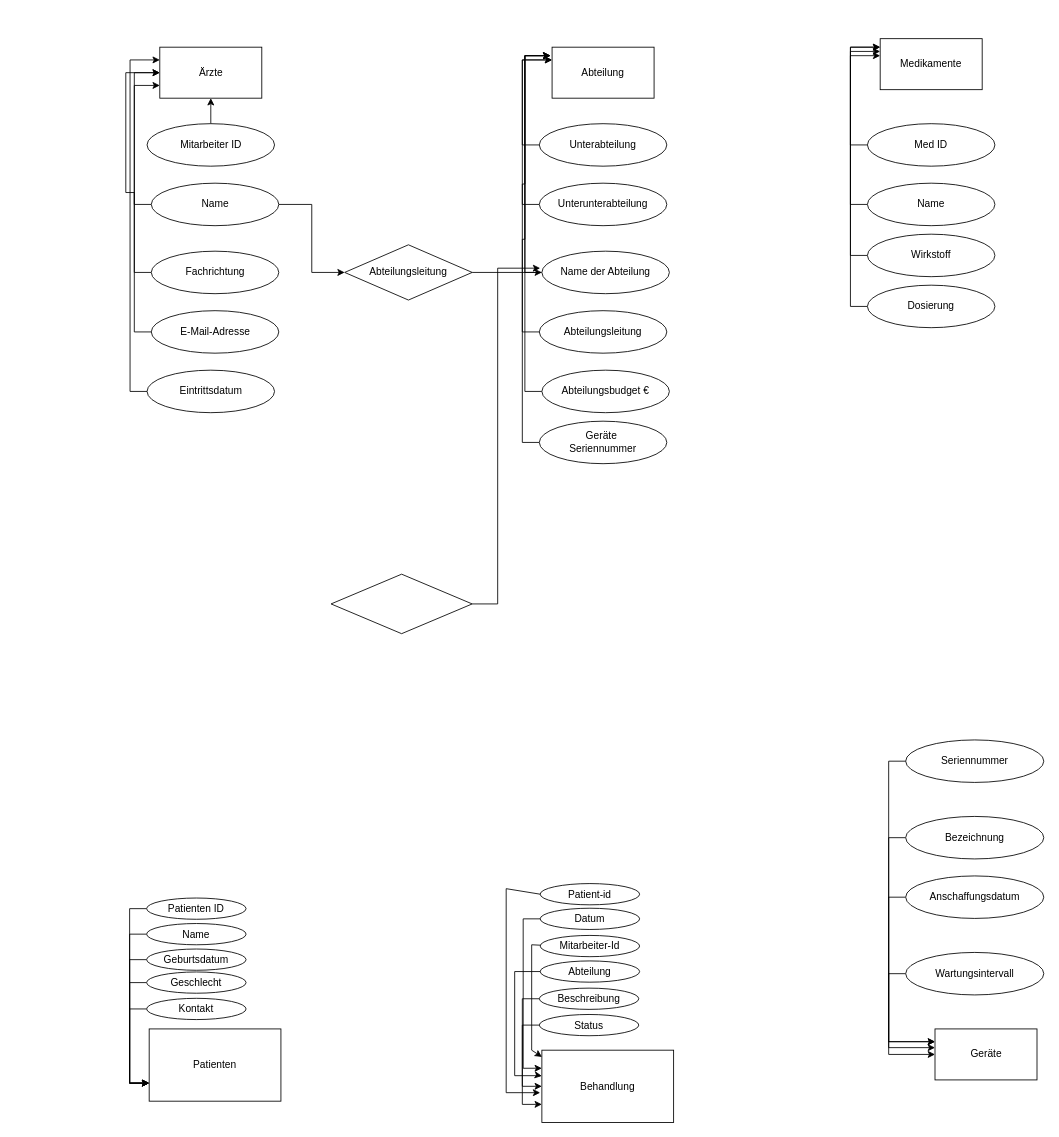
Above: aufgabe04/Aufgabe A.drawio in contraintuitiv/datenbanksysteme (draw.io), before the change. Source tidied: cells renumbered, new cells numbered last; positions are measured from the earlier drawing's top-left corner, leaving out a move shared by most shapes. Both pictures are drawn from the tidied source at 85%, with x=0, y=0 at pixel (125, 38).
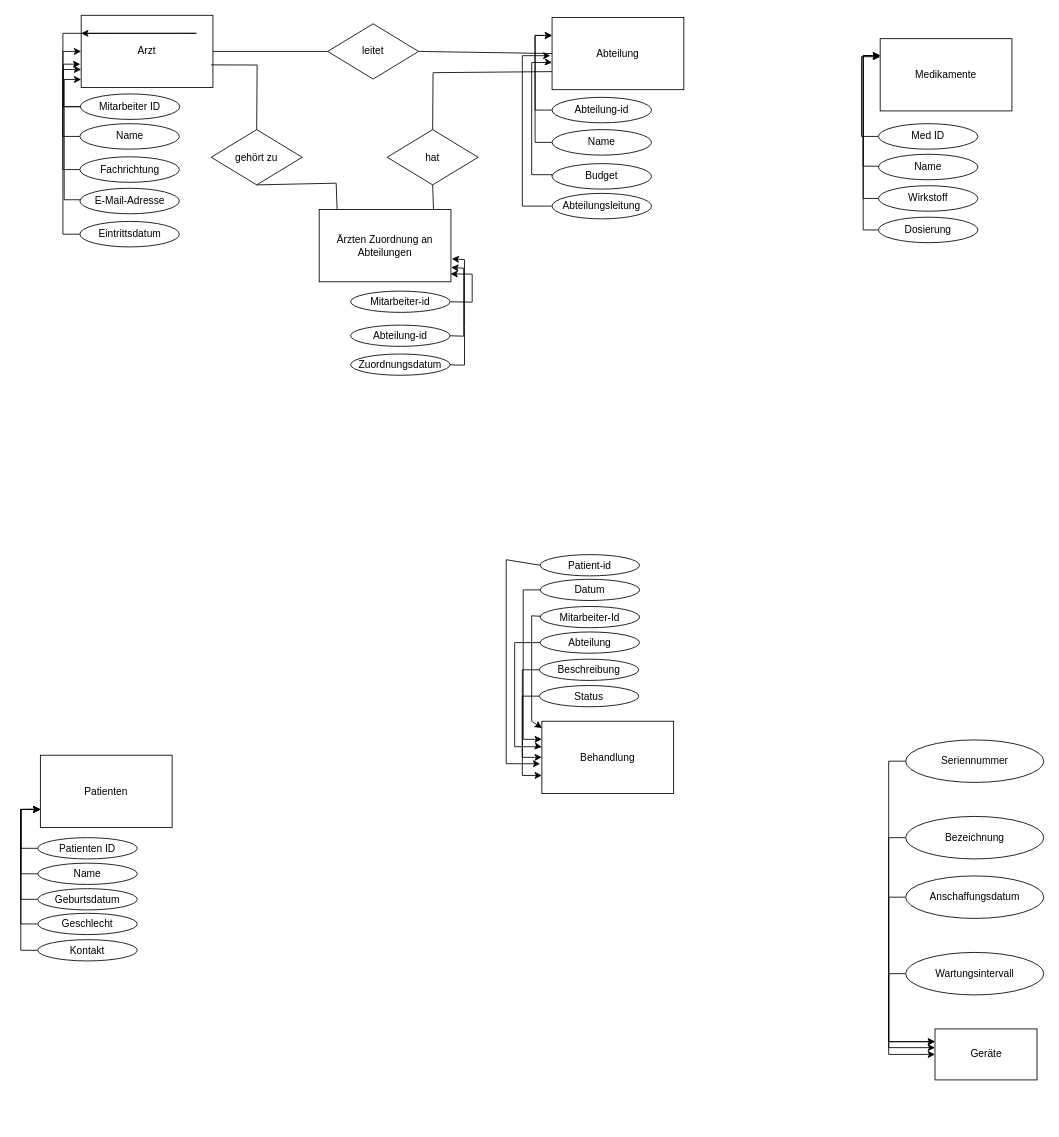
The same page after the edit.

Change to the diagram source:
```diff
@@
-    <mxCell id="2" value="Ärzte" style="rounded=0;whiteSpace=wrap;html=1;" parent="1" vertex="1">
-      <mxGeometry x="40.5" y="10" width="120" height="60" as="geometry" />
+    <mxCell id="2" value="Arzt" style="rounded=0;whiteSpace=wrap;html=1;" parent="1" vertex="1">
+      <mxGeometry x="-52" y="-27.5" width="155" height="85" as="geometry" />
     </mxCell>
@@
     <mxCell id="4" value="Fachrichtung" style="ellipse;whiteSpace=wrap;html=1;" parent="1" vertex="1">
-      <mxGeometry x="30.5" y="250" width="150" height="50" as="geometry" />
+      <mxGeometry x="-53.5" y="139" width="117" height="30" as="geometry" />
     </mxCell>
@@
-    <mxCell id="6" style="edgeStyle=orthogonalEdgeStyle;rounded=0;jettySize=auto;html=1;exitX=1;exitY=0.5;exitDx=0;exitDy=0;entryX=0;entryY=0.5;entryDx=0;entryDy=0;" parent="1" edge="1" source="7" target="64">
-      <mxGeometry relative="1" as="geometry" />
-    </mxCell>
     <mxCell id="7" value="Name" style="ellipse;whiteSpace=wrap;html=1;" parent="1" vertex="1">
-      <mxGeometry x="30.5" y="170" width="150" height="50" as="geometry" />
+      <mxGeometry x="-53.5" y="100" width="117" height="30" as="geometry" />
     </mxCell>
-    <mxCell id="8" style="edgeStyle=orthogonalEdgeStyle;rounded=0;jettySize=auto;html=1;exitX=0.5;exitY=0;exitDx=0;exitDy=0;entryX=0.5;entryY=1;entryDx=0;entryDy=0;" parent="1" edge="1" source="9" target="2">
-      <mxGeometry relative="1" as="geometry" />
-    </mxCell>
     <mxCell id="9" value="Mitarbeiter ID" style="ellipse;whiteSpace=wrap;html=1;" parent="1" vertex="1">
-      <mxGeometry x="25.5" y="100" width="150" height="50" as="geometry" />
+      <mxGeometry x="-53" y="65" width="117" height="30" as="geometry" />
     </mxCell>
-    <mxCell id="10" style="edgeStyle=orthogonalEdgeStyle;rounded=0;jettySize=auto;html=1;exitX=0;exitY=0.5;exitDx=0;exitDy=0;" parent="1" edge="1" source="11">
+    <mxCell id="10" style="edgeStyle=orthogonalEdgeStyle;rounded=0;orthogonalLoop=1;jettySize=auto;html=1;" parent="1" edge="1">
       <mxGeometry relative="1" as="geometry">
-        <mxPoint x="40.5" y="40" as="targetPoint" />
+        <mxPoint x="-33.4" y="189.5" as="sourcePoint" />
+        <mxPoint x="-52" y="48" as="targetPoint" />
         <Array as="points">
-          <mxPoint x="10.5" y="345" />
-          <mxPoint x="10.5" y="181" />
-          <mxPoint x="0.5" y="181" />
-          <mxPoint x="0.5" y="40" />
+          <mxPoint x="-72" y="189.5" />
+          <mxPoint x="-72" y="47.5" />
         </Array>
       </mxGeometry>
     </mxCell>
     <mxCell id="11" value="E-Mail-Adresse" style="ellipse;whiteSpace=wrap;html=1;" parent="1" vertex="1">
-      <mxGeometry x="30.5" y="320" width="150" height="50" as="geometry" />
+      <mxGeometry x="-53.5" y="176" width="117" height="30" as="geometry" />
     </mxCell>
@@
     <mxCell id="13" value="Eintrittsdatum" style="ellipse;whiteSpace=wrap;html=1;" parent="1" vertex="1">
-      <mxGeometry x="25.5" y="390" width="150" height="50" as="geometry" />
+      <mxGeometry x="-53.5" y="215" width="117" height="30" as="geometry" />
     </mxCell>
     <mxCell id="14" value="Patienten" style="rounded=0;whiteSpace=wrap;html=1;" parent="1" vertex="1">
-      <mxGeometry x="28" y="1165" width="155" height="85" as="geometry" />
+      <mxGeometry x="-100" y="843" width="155" height="85" as="geometry" />
     </mxCell>
@@
     <mxCell id="16" value="Patienten ID" style="ellipse;whiteSpace=wrap;html=1;" parent="1" vertex="1">
-      <mxGeometry x="25" y="1011" width="117" height="25" as="geometry" />
+      <mxGeometry x="-103" y="940" width="117" height="25" as="geometry" />
     </mxCell>
@@
     <mxCell id="18" value="Name" style="ellipse;whiteSpace=wrap;html=1;" parent="1" vertex="1">
-      <mxGeometry x="25" y="1041" width="117" height="25" as="geometry" />
+      <mxGeometry x="-103" y="970" width="117" height="25" as="geometry" />
     </mxCell>
@@
     <mxCell id="20" value="Geburtsdatum" style="ellipse;whiteSpace=wrap;html=1;" parent="1" vertex="1">
-      <mxGeometry x="25" y="1071" width="117" height="25" as="geometry" />
+      <mxGeometry x="-103" y="1000" width="117" height="25" as="geometry" />
     </mxCell>
@@
     <mxCell id="22" value="Geschlecht" style="ellipse;whiteSpace=wrap;html=1;" parent="1" vertex="1">
-      <mxGeometry x="25" y="1098" width="117" height="25" as="geometry" />
+      <mxGeometry x="-103" y="1029" width="117" height="25" as="geometry" />
     </mxCell>
@@
     <mxCell id="24" value="Kontakt" style="ellipse;whiteSpace=wrap;html=1;" parent="1" vertex="1">
-      <mxGeometry x="25" y="1129" width="117" height="25" as="geometry" />
+      <mxGeometry x="-103" y="1060" width="117" height="25" as="geometry" />
     </mxCell>
     <mxCell id="25" value="Behandlung" style="rounded=0;whiteSpace=wrap;html=1;" parent="1" vertex="1">
-      <mxGeometry x="490" y="1190" width="155" height="85" as="geometry" />
+      <mxGeometry x="490" y="803" width="155" height="85" as="geometry" />
     </mxCell>
@@
     <mxCell id="27" value="Datum" style="ellipse;whiteSpace=wrap;html=1;" parent="1" vertex="1">
-      <mxGeometry x="488" y="1023" width="117" height="25" as="geometry" />
+      <mxGeometry x="488" y="636" width="117" height="25" as="geometry" />
     </mxCell>
@@
     <mxCell id="29" value="Beschreibung" style="ellipse;whiteSpace=wrap;html=1;" parent="1" vertex="1">
-      <mxGeometry x="487" y="1117" width="117" height="25" as="geometry" />
+      <mxGeometry x="487" y="730" width="117" height="25" as="geometry" />
     </mxCell>
@@
     <mxCell id="31" value="Status" style="ellipse;whiteSpace=wrap;html=1;" parent="1" vertex="1">
-      <mxGeometry x="487" y="1148" width="117" height="25" as="geometry" />
+      <mxGeometry x="487" y="761" width="117" height="25" as="geometry" />
     </mxCell>
     <mxCell id="32" value="Abteilung" style="rounded=0;whiteSpace=wrap;html=1;" parent="1" vertex="1">
-      <mxGeometry x="502" y="10" width="120" height="60" as="geometry" />
+      <mxGeometry x="502" y="-25" width="155" height="85" as="geometry" />
     </mxCell>
@@
-    <mxCell id="34" value="Unterabteilung" style="ellipse;whiteSpace=wrap;html=1;" parent="1" vertex="1">
-      <mxGeometry x="487" y="100" width="150" height="50" as="geometry" />
+    <mxCell id="34" value="Abteilung-id" style="ellipse;whiteSpace=wrap;html=1;" parent="1" vertex="1">
+      <mxGeometry x="502" y="69" width="117" height="30" as="geometry" />
     </mxCell>
@@
-    <mxCell id="36" value="Unterunterabteilung" style="ellipse;whiteSpace=wrap;html=1;" parent="1" vertex="1">
-      <mxGeometry x="487" y="170" width="150" height="50" as="geometry" />
+    <mxCell id="36" value="Name" style="ellipse;whiteSpace=wrap;html=1;" parent="1" vertex="1">
+      <mxGeometry x="502" y="107" width="117" height="30" as="geometry" />
     </mxCell>
-    <mxCell id="37" style="edgeStyle=orthogonalEdgeStyle;rounded=0;jettySize=auto;html=1;exitX=0;exitY=0.5;exitDx=0;exitDy=0;" parent="1" edge="1" source="38">
-      <mxGeometry relative="1" as="geometry">
-        <mxPoint x="500" y="20" as="targetPoint" />
-        <Array as="points">
-          <mxPoint x="470" y="275" />
-          <mxPoint x="470" y="20" />
-        </Array>
-      </mxGeometry>
-    </mxCell>
-    <mxCell id="38" value="Name der Abteilung" style="ellipse;whiteSpace=wrap;html=1;" parent="1" vertex="1">
-      <mxGeometry x="490" y="250" width="150" height="50" as="geometry" />
-    </mxCell>
     <mxCell id="39" style="edgeStyle=orthogonalEdgeStyle;rounded=0;jettySize=auto;html=1;exitX=0;exitY=0.5;exitDx=0;exitDy=0;" parent="1" edge="1" source="40">
       <mxGeometry relative="1" as="geometry">
         <mxPoint x="500" y="20" as="targetPoint" />
         <Array as="points">
-          <mxPoint x="467" y="345" />
-          <mxPoint x="467" y="171" />
-          <mxPoint x="470" y="171" />
-          <mxPoint x="470" y="20" />
+          <mxPoint x="467" y="197" />
+          <mxPoint x="467" y="20" />
         </Array>
       </mxGeometry>
     </mxCell>
     <mxCell id="40" value="Abteilungsleitung" style="ellipse;whiteSpace=wrap;html=1;" parent="1" vertex="1">
-      <mxGeometry x="487" y="320" width="150" height="50" as="geometry" />
+      <mxGeometry x="502" y="182" width="117" height="30" as="geometry" />
     </mxCell>
-    <mxCell id="41" style="edgeStyle=orthogonalEdgeStyle;rounded=0;jettySize=auto;html=1;exitX=0;exitY=0.5;exitDx=0;exitDy=0;" parent="1" edge="1" source="42">
+    <mxCell id="41" style="edgeStyle=orthogonalEdgeStyle;rounded=0;jettySize=auto;html=1;exitX=0;exitY=0.5;exitDx=0;exitDy=0;entryX=0;entryY=0.626;entryDx=0;entryDy=0;entryPerimeter=0;" parent="1" edge="1" source="42" target="32">
       <mxGeometry relative="1" as="geometry">
-        <mxPoint x="500" y="20" as="targetPoint" />
         <Array as="points">
-          <mxPoint x="470" y="415" />
-          <mxPoint x="470" y="20" />
+          <mxPoint x="502" y="160" />
+          <mxPoint x="478" y="160" />
+          <mxPoint x="478" y="28" />
+          <mxPoint x="500" y="28" />
         </Array>
       </mxGeometry>
     </mxCell>
-    <mxCell id="42" value="Abteilungsbudget €" style="ellipse;whiteSpace=wrap;html=1;" parent="1" vertex="1">
-      <mxGeometry x="490" y="390" width="150" height="50" as="geometry" />
+    <mxCell id="42" value="Budget" style="ellipse;whiteSpace=wrap;html=1;" parent="1" vertex="1">
+      <mxGeometry x="502" y="147" width="117" height="30" as="geometry" />
     </mxCell>
@@
     <mxCell id="44" value="Medikamente" style="rounded=0;whiteSpace=wrap;html=1;" parent="1" vertex="1">
-      <mxGeometry x="888" width="120" height="60" as="geometry" />
+      <mxGeometry x="888" width="155" height="85" as="geometry" />
     </mxCell>
@@
-    <mxCell id="53" style="edgeStyle=orthogonalEdgeStyle;rounded=0;jettySize=auto;html=1;exitX=0;exitY=0.5;exitDx=0;exitDy=0;" parent="1" edge="1" source="54">
-      <mxGeometry relative="1" as="geometry">
-        <mxPoint x="500" y="20" as="targetPoint" />
-        <Array as="points">
-          <mxPoint x="467" y="475" />
-          <mxPoint x="467" y="236" />
-          <mxPoint x="470" y="236" />
-          <mxPoint x="470" y="20" />
-        </Array>
-      </mxGeometry>
-    </mxCell>
-    <mxCell id="54" value="Geräte&amp;nbsp;&lt;br&gt;Seriennummer" style="ellipse;whiteSpace=wrap;html=1;" parent="1" vertex="1">
-      <mxGeometry x="487" y="450" width="150" height="50" as="geometry" />
-    </mxCell>
@@
     <mxCell id="56" value="Med ID" style="ellipse;whiteSpace=wrap;html=1;" parent="1" vertex="1">
-      <mxGeometry x="873" y="100" width="150" height="50" as="geometry" />
+      <mxGeometry x="886" y="100" width="117" height="30" as="geometry" />
     </mxCell>
     <mxCell id="57" style="edgeStyle=orthogonalEdgeStyle;rounded=0;jettySize=auto;html=1;exitX=0;exitY=0.5;exitDx=0;exitDy=0;" parent="1" edge="1" source="58">
       <mxGeometry relative="1" as="geometry">
-        <mxPoint x="888" y="10" as="targetPoint" />
+        <mxPoint x="888" y="20" as="targetPoint" />
         <Array as="points">
-          <mxPoint x="853" y="195" />
-          <mxPoint x="853" y="10" />
+          <mxPoint x="868" y="150" />
+          <mxPoint x="868" y="20" />
+          <mxPoint x="888" y="20" />
         </Array>
       </mxGeometry>
     </mxCell>
     <mxCell id="58" value="Name" style="ellipse;whiteSpace=wrap;html=1;" parent="1" vertex="1">
-      <mxGeometry x="873" y="170" width="150" height="50" as="geometry" />
+      <mxGeometry x="886" y="136" width="117" height="30" as="geometry" />
     </mxCell>
     <mxCell id="59" style="edgeStyle=orthogonalEdgeStyle;rounded=0;jettySize=auto;html=1;exitX=0;exitY=0.5;exitDx=0;exitDy=0;" parent="1" edge="1" source="60">
       <mxGeometry relative="1" as="geometry">
-        <mxPoint x="888" y="10" as="targetPoint" />
+        <mxPoint x="888" y="20" as="targetPoint" />
         <Array as="points">
-          <mxPoint x="853" y="255" />
-          <mxPoint x="853" y="10" />
+          <mxPoint x="868" y="188" />
+          <mxPoint x="868" y="20" />
+          <mxPoint x="888" y="20" />
         </Array>
       </mxGeometry>
     </mxCell>
     <mxCell id="60" value="Wirkstoff" style="ellipse;whiteSpace=wrap;html=1;" parent="1" vertex="1">
-      <mxGeometry x="873" y="230" width="150" height="50" as="geometry" />
+      <mxGeometry x="886" y="173" width="117" height="30" as="geometry" />
     </mxCell>
     <mxCell id="61" style="edgeStyle=orthogonalEdgeStyle;rounded=0;jettySize=auto;html=1;exitX=0;exitY=0.5;exitDx=0;exitDy=0;" parent="1" edge="1" source="62">
       <mxGeometry relative="1" as="geometry">
         <mxPoint x="888" y="20" as="targetPoint" />
         <Array as="points">
-          <mxPoint x="853" y="315" />
-          <mxPoint x="853" y="20" />
+          <mxPoint x="868" y="225" />
+          <mxPoint x="868" y="20" />
         </Array>
       </mxGeometry>
     </mxCell>
     <mxCell id="62" value="Dosierung" style="ellipse;whiteSpace=wrap;html=1;" parent="1" vertex="1">
-      <mxGeometry x="873" y="290" width="150" height="50" as="geometry" />
+      <mxGeometry x="886" y="210" width="117" height="30" as="geometry" />
     </mxCell>
-    <mxCell id="63" style="edgeStyle=orthogonalEdgeStyle;rounded=0;jettySize=auto;html=1;exitX=1;exitY=0.5;exitDx=0;exitDy=0;entryX=0;entryY=0.5;entryDx=0;entryDy=0;" parent="1" edge="1" source="64" target="38">
-      <mxGeometry relative="1" as="geometry" />
-    </mxCell>
-    <mxCell id="64" value="Abteilungsleitung" style="rhombus;whiteSpace=wrap;html=1;" parent="1" vertex="1">
-      <mxGeometry x="258" y="242.5" width="150" height="65" as="geometry" />
+    <mxCell id="64" value="leitet" style="rhombus;whiteSpace=wrap;html=1;" parent="1" vertex="1">
+      <mxGeometry x="238" y="-17.5" width="107" height="65" as="geometry" />
     </mxCell>
-    <mxCell id="65" style="edgeStyle=orthogonalEdgeStyle;rounded=0;jettySize=auto;html=1;exitX=1;exitY=0.5;exitDx=0;exitDy=0;" parent="1" edge="1" source="66">
-      <mxGeometry relative="1" as="geometry">
-        <mxPoint x="488" y="270" as="targetPoint" />
-        <Array as="points">
-          <mxPoint x="438" y="665" />
-          <mxPoint x="438" y="270" />
-        </Array>
-      </mxGeometry>
-    </mxCell>
-    <mxCell id="66" style="rhombus;whiteSpace=wrap;html=1;" parent="1" vertex="1">
-      <mxGeometry x="242" y="630" width="166" height="70" as="geometry" />
-    </mxCell>
     <mxCell id="67" value="Patient-id" style="ellipse;whiteSpace=wrap;html=1;" parent="1" vertex="1">
-      <mxGeometry x="488" y="994" width="117" height="25" as="geometry" />
+      <mxGeometry x="488" y="607" width="117" height="25" as="geometry" />
     </mxCell>
     <mxCell id="68" style="endArrow=classic;html=1;rounded=0;exitX=0;exitY=0.5;exitDx=0;exitDy=0;" parent="1" edge="1" source="67">
       <mxGeometry relative="1" as="geometry">
-        <mxPoint x="488" y="1240" as="targetPoint" />
+        <mxPoint x="488" y="853" as="targetPoint" />
         <Array as="points">
-          <mxPoint x="448" y="1000" />
-          <mxPoint x="448" y="1240" />
+          <mxPoint x="448" y="613" />
+          <mxPoint x="448" y="853" />
         </Array>
       </mxGeometry>
     </mxCell>
     <mxCell id="69" value="Mitarbeiter-Id" style="ellipse;whiteSpace=wrap;html=1;" parent="1" vertex="1">
-      <mxGeometry x="488" y="1055" width="117" height="25" as="geometry" />
+      <mxGeometry x="488" y="668" width="117" height="25" as="geometry" />
     </mxCell>
     <mxCell id="70" value="Abteilung" style="ellipse;whiteSpace=wrap;html=1;" parent="1" vertex="1">
-      <mxGeometry x="488" y="1085" width="117" height="25" as="geometry" />
+      <mxGeometry x="488" y="698" width="117" height="25" as="geometry" />
     </mxCell>
     <mxCell id="71" style="edgeStyle=orthogonalEdgeStyle;rounded=0;orthogonalLoop=1;jettySize=auto;html=1;exitX=0;exitY=0.5;exitDx=0;exitDy=0;entryX=-0.001;entryY=0.424;entryDx=0;entryDy=0;entryPerimeter=0;" parent="1" edge="1">
       <mxGeometry relative="1" as="geometry">
-        <mxPoint x="488.2" y="1097.5" as="sourcePoint" />
-        <mxPoint x="490" y="1220.3" as="targetPoint" />
+        <mxPoint x="488.2" y="710.5" as="sourcePoint" />
+        <mxPoint x="490" y="833.3" as="targetPoint" />
         <Array as="points">
-          <mxPoint x="458" y="1098" />
-          <mxPoint x="458" y="1220" />
-          <mxPoint x="488" y="1220" />
+          <mxPoint x="458" y="711" />
+          <mxPoint x="458" y="833" />
+          <mxPoint x="488" y="833" />
         </Array>
       </mxGeometry>
     </mxCell>
     <mxCell id="72" style="endArrow=classic;html=1;rounded=0;exitX=0;exitY=0.5;exitDx=0;exitDy=0;entryX=0.001;entryY=0.093;entryDx=0;entryDy=0;entryPerimeter=0;" parent="1" edge="1" target="25">
       <mxGeometry relative="1" as="geometry">
-        <mxPoint x="488" y="1066.5" as="sourcePoint" />
+        <mxPoint x="488" y="679.5" as="sourcePoint" />
         <Array as="points">
-          <mxPoint x="478" y="1066" />
-          <mxPoint x="478" y="1190" />
+          <mxPoint x="478" y="679" />
+          <mxPoint x="478" y="803" />
         </Array>
       </mxGeometry>
     </mxCell>
+    <mxCell id="73" value="Ärzten Zuordnung an Abteilungen" style="rounded=0;whiteSpace=wrap;html=1;" parent="1" vertex="1">
+      <mxGeometry x="228" y="201" width="155" height="85" as="geometry" />
+    </mxCell>
+    <mxCell id="74" value="Mitarbeiter-id" style="ellipse;whiteSpace=wrap;html=1;" parent="1" vertex="1">
+      <mxGeometry x="265" y="297" width="117" height="25" as="geometry" />
+    </mxCell>
+    <mxCell id="75" value="Abteilung-id" style="ellipse;whiteSpace=wrap;html=1;" parent="1" vertex="1">
+      <mxGeometry x="265" y="337" width="117" height="25" as="geometry" />
+    </mxCell>
+    <mxCell id="76" value="Zuordnungsdatum" style="ellipse;whiteSpace=wrap;html=1;" parent="1" vertex="1">
+      <mxGeometry x="265" y="371" width="117" height="25" as="geometry" />
+    </mxCell>
+    <mxCell id="77" style="endArrow=none;html=1;rounded=0;exitX=1;exitY=0.5;exitDx=0;exitDy=0;" parent="1" edge="1" source="2" target="64">
+      <mxGeometry relative="1" as="geometry" />
+    </mxCell>
+    <mxCell id="78" style="endArrow=none;html=1;rounded=0;exitX=1;exitY=0.5;exitDx=0;exitDy=0;entryX=0;entryY=0.5;entryDx=0;entryDy=0;" parent="1" edge="1" source="64" target="32">
+      <mxGeometry relative="1" as="geometry" />
+    </mxCell>
+    <mxCell id="79" value="gehört zu" style="rhombus;whiteSpace=wrap;html=1;" parent="1" vertex="1">
+      <mxGeometry x="101" y="107" width="107" height="65" as="geometry" />
+    </mxCell>
+    <mxCell id="80" style="endArrow=none;html=1;rounded=0;exitX=0.986;exitY=0.686;exitDx=0;exitDy=0;entryX=0.5;entryY=0;entryDx=0;entryDy=0;exitPerimeter=0;" parent="1" edge="1" source="2" target="79">
+      <mxGeometry relative="1" as="geometry">
+        <Array as="points">
+          <mxPoint x="155" y="31" />
+        </Array>
+      </mxGeometry>
+    </mxCell>
+    <mxCell id="81" style="endArrow=none;html=1;rounded=0;exitX=0.136;exitY=-0.009;exitDx=0;exitDy=0;exitPerimeter=0;entryX=0.5;entryY=1;entryDx=0;entryDy=0;" parent="1" edge="1" source="73" target="79">
+      <mxGeometry relative="1" as="geometry">
+        <Array as="points">
+          <mxPoint x="248" y="170" />
+        </Array>
+      </mxGeometry>
+    </mxCell>
+    <mxCell id="82" style="endArrow=classic;html=1;rounded=0;" parent="1" edge="1">
+      <mxGeometry relative="1" as="geometry">
+        <mxPoint x="-73" y="80" as="sourcePoint" />
+        <mxPoint x="-53" y="30" as="targetPoint" />
+        <Array as="points">
+          <mxPoint x="-53" y="80" />
+          <mxPoint x="-73" y="80" />
+          <mxPoint x="-73" y="60" />
+          <mxPoint x="-73" y="30" />
+        </Array>
+      </mxGeometry>
+    </mxCell>
+    <mxCell id="83" value="hat" style="rhombus;whiteSpace=wrap;html=1;" parent="1" vertex="1">
+      <mxGeometry x="308" y="107" width="107" height="65" as="geometry" />
+    </mxCell>
+    <mxCell id="84" style="endArrow=none;html=1;rounded=0;exitX=0.868;exitY=0.005;exitDx=0;exitDy=0;exitPerimeter=0;entryX=0.5;entryY=1;entryDx=0;entryDy=0;" parent="1" edge="1" source="73" target="83">
+      <mxGeometry relative="1" as="geometry" />
+    </mxCell>
+    <mxCell id="85" style="endArrow=none;html=1;rounded=0;exitX=0.5;exitY=0;exitDx=0;exitDy=0;entryX=0;entryY=0.75;entryDx=0;entryDy=0;" parent="1" edge="1" source="83" target="32">
+      <mxGeometry relative="1" as="geometry">
+        <Array as="points">
+          <mxPoint x="362" y="40" />
+        </Array>
+      </mxGeometry>
+    </mxCell>
+    <mxCell id="86" style="endArrow=classic;html=1;rounded=0;exitX=1;exitY=0.5;exitDx=0;exitDy=0;entryX=0.997;entryY=0.891;entryDx=0;entryDy=0;entryPerimeter=0;" parent="1" edge="1" source="74" target="73">
+      <mxGeometry relative="1" as="geometry">
+        <Array as="points">
+          <mxPoint x="408" y="310" />
+          <mxPoint x="408" y="277" />
+        </Array>
+      </mxGeometry>
+    </mxCell>
+    <mxCell id="87" style="endArrow=classic;html=1;rounded=0;exitX=1;exitY=0.5;exitDx=0;exitDy=0;entryX=1.002;entryY=0.802;entryDx=0;entryDy=0;entryPerimeter=0;" parent="1" edge="1" source="75" target="73">
+      <mxGeometry relative="1" as="geometry">
+        <Array as="points">
+          <mxPoint x="398" y="350" />
+          <mxPoint x="398" y="270" />
+        </Array>
+      </mxGeometry>
+    </mxCell>
+    <mxCell id="88" style="endArrow=classic;html=1;rounded=0;exitX=1;exitY=0.5;exitDx=0;exitDy=0;entryX=1.002;entryY=0.802;entryDx=0;entryDy=0;entryPerimeter=0;" parent="1" edge="1" source="76">
+      <mxGeometry relative="1" as="geometry">
+        <mxPoint x="384" y="259" as="targetPoint" />
+        <Array as="points">
+          <mxPoint x="388" y="384" />
+          <mxPoint x="399" y="384" />
+          <mxPoint x="399" y="340" />
+          <mxPoint x="399" y="260" />
+        </Array>
+      </mxGeometry>
+    </mxCell>
```
